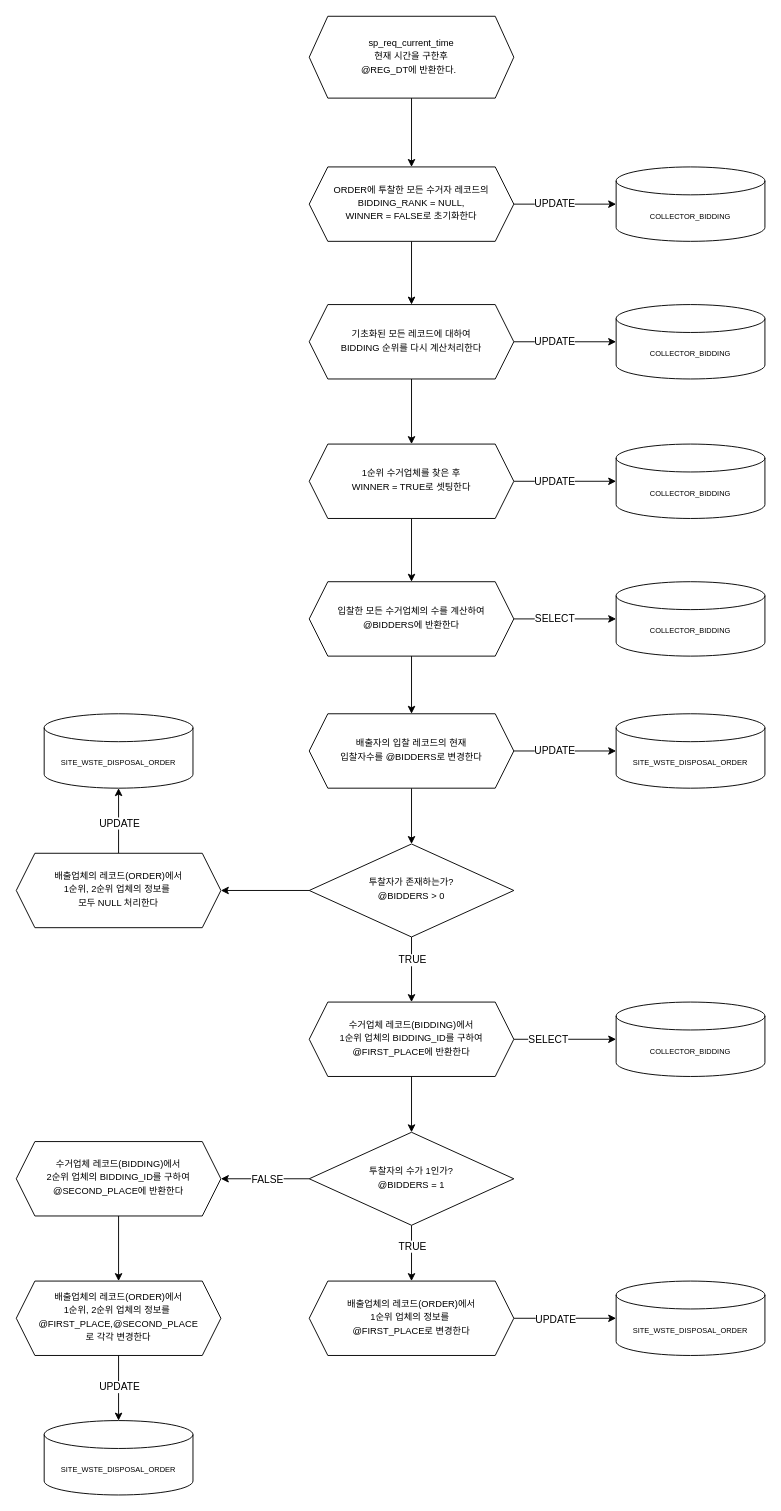
Before: drawio/sp_calc_bidding_rank.drawio in Leo-Nam/stored-procedures, a draw.io diagram. Source tidied: cells renumbered, new cells numbered last; positions are measured from the earlier drawing's top-left corner, leaving out a move shared by most shapes. Both pictures are drawn from the tidied source at 93%, with x=0, y=0 at pixel (16, 16).
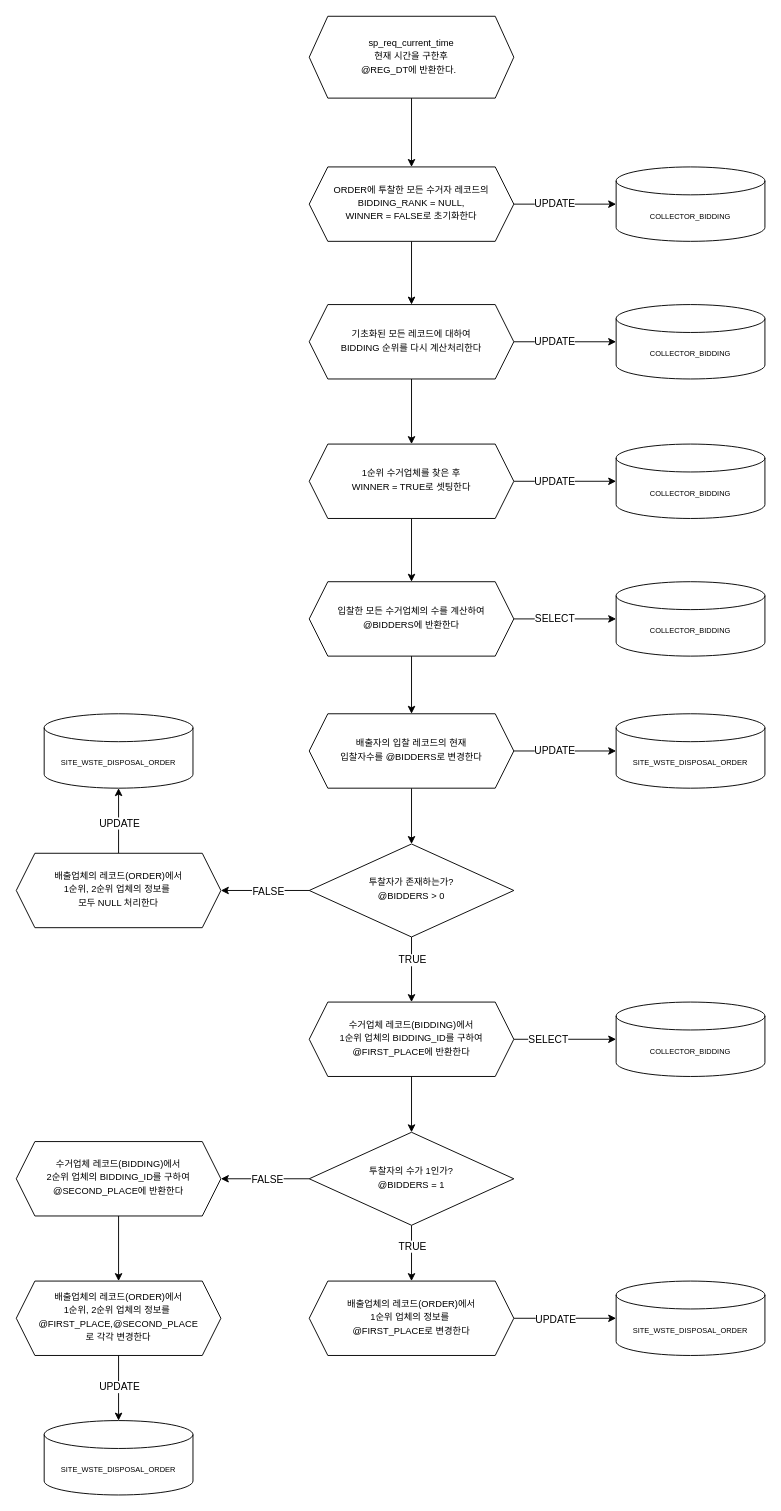
The same diagram, later.

Unchanged cells that the change refers to:
```xml
<mxCell id="31" style="edgeStyle=none;html=1;" parent="1" edge="1" source="32" target="55">
  <mxGeometry relative="1" as="geometry" />
</mxCell>
```

Change to the diagram source:
```diff
@@
+    <mxCell id="57" value="FALSE" style="edgeLabel;html=1;align=center;verticalAlign=middle;" parent="31" vertex="1">
+      <mxGeometry x="-0.18" y="-1" relative="1" as="geometry">
+        <mxPoint x="-6" y="1" as="offset" />
+      </mxGeometry>
+    </mxCell>
```
